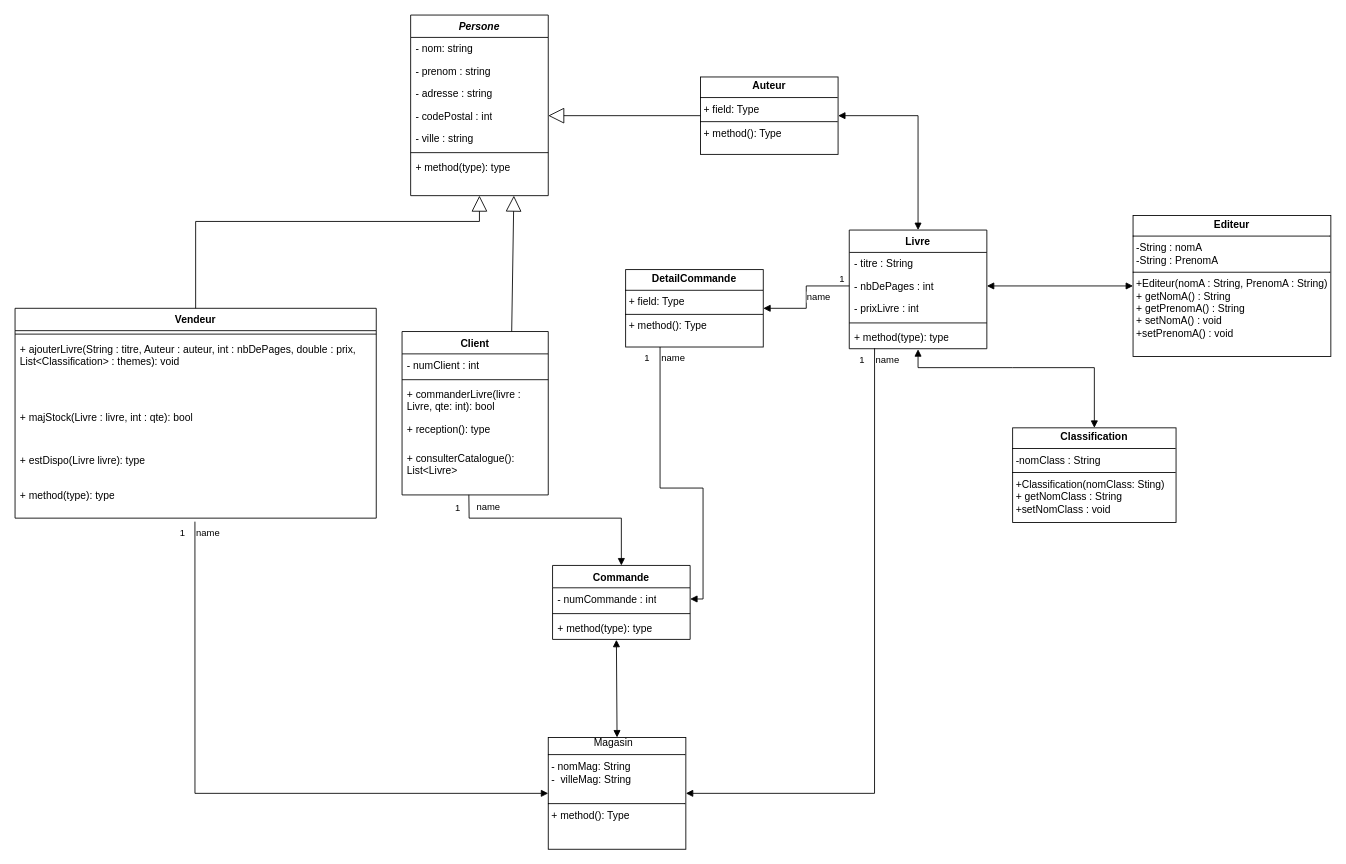
Before: diagrammedeclasse.drawio in NolhanDolou/SAE_JAVA, a draw.io diagram. Source tidied: cells renumbered, new cells numbered last; positions are measured from the earlier drawing's top-left corner, leaving out a move shared by most shapes. Both pictures are drawn from the tidied source at 86%, with x=0, y=0 at pixel (15, 15).
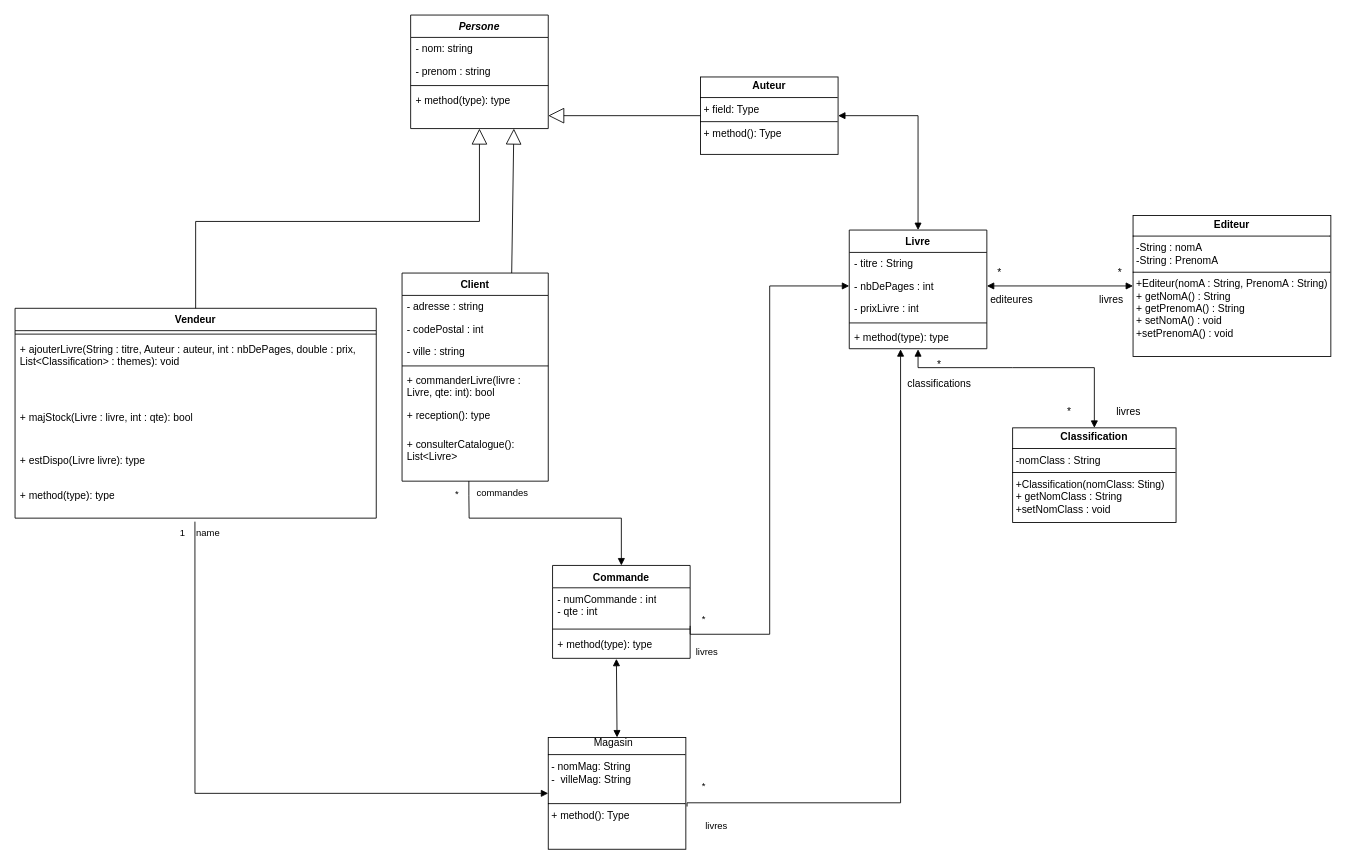
After the change.

Commit message:
cadianalité et ajustement des class

The change refers to these unchanged cells:
```xml
<mxCell id="24" value="- nbDePages : int" style="text;strokeColor=none;fillColor=none;align=left;verticalAlign=top;spacingLeft=4;spacingRight=4;overflow=hidden;points=[[0,0.5],[1,0.5]];portConstraint=eastwest;whiteSpace=wrap;html=1;" parent="22" vertex="1">
  <mxGeometry y="52" width="160" height="26" as="geometry" />
</mxCell>
<mxCell id="27" value="+ method(type): type" style="text;strokeColor=none;fillColor=none;align=left;verticalAlign=top;spacingLeft=4;spacingRight=4;overflow=hidden;points=[[0,0.5],[1,0.5]];portConstraint=eastwest;whiteSpace=wrap;html=1;" parent="22" vertex="1">
  <mxGeometry y="112" width="160" height="26" as="geometry" />
</mxCell>
<mxCell id="34" value="&lt;div&gt;&lt;span style=&quot;white-space: pre;&quot;&gt;&#9;&lt;/span&gt;&lt;span style=&quot;white-space: pre;&quot;&gt;&#9;&lt;/span&gt;Magasin&lt;/div&gt;&lt;hr size=&quot;1&quot; style=&quot;border-style:solid;&quot;&gt;&lt;p style=&quot;margin:0px;margin-left:4px;&quot;&gt;- nomMag: String&lt;/p&gt;&lt;p style=&quot;margin:0px;margin-left:4px;&quot;&gt;-&amp;nbsp; villeMag: String&lt;/p&gt;&lt;p style=&quot;margin:0px;margin-left:4px;&quot;&gt;&lt;br&gt;&lt;/p&gt;&lt;hr size=&quot;1&quot; style=&quot;border-style:solid;&quot;&gt;&lt;p style=&quot;margin:0px;margin-left:4px;&quot;&gt;+ method(): Type&lt;/p&gt;" style="verticalAlign=top;align=left;overflow=fill;html=1;whiteSpace=wrap;" parent="1" vertex="1">
  <mxGeometry x="620" y="840" width="160" height="130" as="geometry" />
</mxCell>
<mxCell id="35" value="&lt;p style=&quot;margin:0px;margin-top:4px;text-align:center;&quot;&gt;&lt;b&gt;Auteur&lt;/b&gt;&lt;/p&gt;&lt;hr size=&quot;1&quot; style=&quot;border-style:solid;&quot;&gt;&lt;p style=&quot;margin:0px;margin-left:4px;&quot;&gt;+ field: Type&lt;/p&gt;&lt;hr size=&quot;1&quot; style=&quot;border-style:solid;&quot;&gt;&lt;p style=&quot;margin:0px;margin-left:4px;&quot;&gt;+ method(): Type&lt;/p&gt;" style="verticalAlign=top;align=left;overflow=fill;html=1;whiteSpace=wrap;" parent="1" vertex="1">
  <mxGeometry x="797" y="72" width="160" height="90" as="geometry" />
</mxCell>
```

What changed in the source:
```diff
@@
     <mxCell id="2" value="&lt;i&gt;Persone&lt;/i&gt;" style="swimlane;fontStyle=1;align=center;verticalAlign=top;horizontal=1;startSize=26;whiteSpace=wrap;html=1;" parent="1" vertex="1">
-      <mxGeometry x="460" width="160" height="210" as="geometry" />
+      <mxGeometry x="460" width="160" height="132" as="geometry" />
     </mxCell>
@@
+    <mxCell id="8" style="line;strokeWidth=1;fillColor=none;align=left;verticalAlign=middle;spacingTop=-1;spacingLeft=3;spacingRight=3;labelPosition=right;strokeColor=inherit;" parent="2" vertex="1">
+      <mxGeometry y="78" width="160" height="8" as="geometry" />
+    </mxCell>
+    <mxCell id="9" value="+ method(type): type" style="text;strokeColor=none;fillColor=none;align=left;verticalAlign=top;spacingLeft=4;spacingRight=4;overflow=hidden;points=[[0,0.5],[1,0.5]];portConstraint=eastwest;whiteSpace=wrap;html=1;" parent="2" vertex="1">
+      <mxGeometry y="86" width="160" height="46" as="geometry" />
+    </mxCell>
+    <mxCell id="10" value="Client" style="swimlane;fontStyle=1;align=center;verticalAlign=top;horizontal=1;startSize=26;whiteSpace=wrap;html=1;" parent="1" vertex="1">
+      <mxGeometry x="450" y="300" width="170" height="242" as="geometry" />
+    </mxCell>
-    <mxCell id="5" value="- adresse : string" style="text;strokeColor=none;fillColor=none;align=left;verticalAlign=top;spacingLeft=4;spacingRight=4;overflow=hidden;whiteSpace=wrap;html=1;" parent="2" vertex="1">
-      <mxGeometry y="78" width="160" height="26" as="geometry" />
+    <mxCell id="5" value="- adresse : string" style="text;strokeColor=none;fillColor=none;align=left;verticalAlign=top;spacingLeft=4;spacingRight=4;overflow=hidden;whiteSpace=wrap;html=1;" parent="10" vertex="1">
+      <mxGeometry y="26" width="170" height="26" as="geometry" />
     </mxCell>
-    <mxCell id="6" value="- codePostal : int" style="text;strokeColor=none;fillColor=none;align=left;verticalAlign=top;spacingLeft=4;spacingRight=4;overflow=hidden;points=[[0,0.5],[1,0.5]];portConstraint=eastwest;whiteSpace=wrap;html=1;" parent="2" vertex="1">
-      <mxGeometry y="104" width="160" height="26" as="geometry" />
+    <mxCell id="6" value="- codePostal : int" style="text;strokeColor=none;fillColor=none;align=left;verticalAlign=top;spacingLeft=4;spacingRight=4;overflow=hidden;points=[[0,0.5],[1,0.5]];portConstraint=eastwest;whiteSpace=wrap;html=1;" parent="10" vertex="1">
+      <mxGeometry y="52" width="170" height="26" as="geometry" />
     </mxCell>
-    <mxCell id="7" value="- ville : string" style="text;strokeColor=none;fillColor=none;align=left;verticalAlign=top;spacingLeft=4;spacingRight=4;overflow=hidden;whiteSpace=wrap;html=1;" parent="2" vertex="1">
-      <mxGeometry y="130" width="160" height="26" as="geometry" />
+    <mxCell id="7" value="- ville : string" style="text;strokeColor=none;fillColor=none;align=left;verticalAlign=top;spacingLeft=4;spacingRight=4;overflow=hidden;whiteSpace=wrap;html=1;" parent="10" vertex="1">
+      <mxGeometry y="78" width="170" height="26" as="geometry" />
     </mxCell>
-    <mxCell id="8" style="line;strokeWidth=1;fillColor=none;align=left;verticalAlign=middle;spacingTop=-1;spacingLeft=3;spacingRight=3;labelPosition=right;strokeColor=inherit;" parent="2" vertex="1">
-      <mxGeometry y="156" width="160" height="8" as="geometry" />
-    </mxCell>
-    <mxCell id="9" value="+ method(type): type" style="text;strokeColor=none;fillColor=none;align=left;verticalAlign=top;spacingLeft=4;spacingRight=4;overflow=hidden;points=[[0,0.5],[1,0.5]];portConstraint=eastwest;whiteSpace=wrap;html=1;" parent="2" vertex="1">
-      <mxGeometry y="164" width="160" height="46" as="geometry" />
-    </mxCell>
-    <mxCell id="10" value="Client" style="swimlane;fontStyle=1;align=center;verticalAlign=top;horizontal=1;startSize=26;whiteSpace=wrap;html=1;" parent="1" vertex="1">
-      <mxGeometry x="450" y="368" width="170" height="190" as="geometry" />
-    </mxCell>
-    <mxCell id="11" value="- numClient : int" style="text;strokeColor=none;fillColor=none;align=left;verticalAlign=top;spacingLeft=4;spacingRight=4;overflow=hidden;whiteSpace=wrap;html=1;" parent="10" vertex="1">
-      <mxGeometry y="26" width="170" height="26" as="geometry" />
-    </mxCell>
     <mxCell id="12" style="line;strokeWidth=1;fillColor=none;align=left;verticalAlign=middle;spacingTop=-1;spacingLeft=3;spacingRight=3;labelPosition=right;strokeColor=inherit;" parent="10" vertex="1">
-      <mxGeometry y="52" width="170" height="8" as="geometry" />
+      <mxGeometry y="104" width="170" height="8" as="geometry" />
     </mxCell>
     <mxCell id="13" value="&lt;span style=&quot;color: rgb(0, 0, 0); font-family: Helvetica; font-size: 12px; font-style: normal; font-variant-ligatures: normal; font-variant-caps: normal; letter-spacing: normal; orphans: 2; text-align: left; text-indent: 0px; text-transform: none; widows: 2; word-spacing: 0px; -webkit-text-stroke-width: 0px; white-space: normal; text-decoration-thickness: initial; text-decoration-style: initial; text-decoration-color: initial; float: none; background-color: rgb(255, 255, 255); display: inline !important;&quot;&gt;+ commanderLivre(livre : Livre, qte: int): bool&lt;/span&gt;" style="text;strokeColor=none;fillColor=none;align=left;verticalAlign=top;spacingLeft=4;spacingRight=4;overflow=hidden;whiteSpace=wrap;html=1;" parent="10" vertex="1">
-      <mxGeometry y="60" width="170" height="40" as="geometry" />
+      <mxGeometry y="112" width="170" height="40" as="geometry" />
     </mxCell>
     <mxCell id="14" value="+ reception(): type" style="text;strokeColor=none;fillColor=none;align=left;verticalAlign=top;spacingLeft=4;spacingRight=4;overflow=hidden;whiteSpace=wrap;html=1;" parent="10" vertex="1">
-      <mxGeometry y="100" width="170" height="34" as="geometry" />
+      <mxGeometry y="152" width="170" height="34" as="geometry" />
     </mxCell>
     <mxCell id="15" value="+ consulterCatalogue(): List&amp;lt;Livre&amp;gt;" style="text;strokeColor=none;fillColor=none;align=left;verticalAlign=top;spacingLeft=4;spacingRight=4;overflow=hidden;points=[[0,0.5],[1,0.5]];portConstraint=eastwest;whiteSpace=wrap;html=1;" parent="10" vertex="1">
-      <mxGeometry y="134" width="170" height="56" as="geometry" />
+      <mxGeometry y="186" width="170" height="56" as="geometry" />
     </mxCell>
@@
     <mxCell id="28" value="Commande" style="swimlane;fontStyle=1;align=center;verticalAlign=top;horizontal=1;startSize=26;whiteSpace=wrap;html=1;" parent="1" vertex="1">
-      <mxGeometry x="625" y="640" width="160" height="86" as="geometry" />
+      <mxGeometry x="625" y="640" width="160" height="108" as="geometry" />
     </mxCell>
-    <mxCell id="29" value="- numCommande : int" style="text;strokeColor=none;fillColor=none;align=left;verticalAlign=top;spacingLeft=4;spacingRight=4;overflow=hidden;points=[[0,0.5],[1,0.5]];portConstraint=eastwest;whiteSpace=wrap;html=1;" parent="28" vertex="1">
-      <mxGeometry y="26" width="160" height="26" as="geometry" />
+    <mxCell id="29" value="&lt;div&gt;- numCommande : int&lt;/div&gt;&lt;div&gt;- qte : int&lt;/div&gt;" style="text;strokeColor=none;fillColor=none;align=left;verticalAlign=top;spacingLeft=4;spacingRight=4;overflow=hidden;points=[[0,0.5],[1,0.5]];portConstraint=eastwest;whiteSpace=wrap;html=1;" parent="28" vertex="1">
+      <mxGeometry y="26" width="160" height="44" as="geometry" />
     </mxCell>
     <mxCell id="30" style="line;strokeWidth=1;fillColor=none;align=left;verticalAlign=middle;spacingTop=-1;spacingLeft=3;spacingRight=3;labelPosition=right;strokeColor=inherit;" parent="28" vertex="1">
-      <mxGeometry y="52" width="160" height="8" as="geometry" />
+      <mxGeometry y="70" width="160" height="8" as="geometry" />
     </mxCell>
     <mxCell id="31" value="+ method(type): type" style="text;strokeColor=none;fillColor=none;align=left;verticalAlign=top;spacingLeft=4;spacingRight=4;overflow=hidden;points=[[0,0.5],[1,0.5]];portConstraint=eastwest;whiteSpace=wrap;html=1;" parent="28" vertex="1">
-      <mxGeometry y="60" width="160" height="26" as="geometry" />
+      <mxGeometry y="78" width="160" height="30" as="geometry" />
     </mxCell>
-    <mxCell id="32" value="name" style="endArrow=block;endFill=1;html=1;edgeStyle=orthogonalEdgeStyle;align=left;verticalAlign=top;rounded=0;entryX=0.5;entryY=0;entryDx=0;entryDy=0;exitX=0.457;exitY=0.998;exitDx=0;exitDy=0;exitPerimeter=0;" parent="1" edge="1" source="15" target="28">
+    <mxCell id="32" value="commandes" style="endArrow=block;endFill=1;html=1;edgeStyle=orthogonalEdgeStyle;align=left;verticalAlign=top;rounded=0;entryX=0.5;entryY=0;entryDx=0;entryDy=0;exitX=0.457;exitY=0.998;exitDx=0;exitDy=0;exitPerimeter=0;" parent="1" edge="1" source="15" target="28">
       <mxGeometry x="-0.99" y="7" relative="1" as="geometry">
         <Array as="points">
           <mxPoint x="528" y="559" />
           <mxPoint x="528" y="559" />
           <mxPoint x="528" y="585" />
           <mxPoint x="705" y="585" />
         </Array>
       </mxGeometry>
     </mxCell>
-    <mxCell id="33" value="1" style="edgeLabel;html=1;align=left;verticalAlign=bottom;" parent="32" vertex="1">
+    <mxCell id="33" value="*" style="edgeLabel;html=1;align=left;verticalAlign=bottom;" parent="32" vertex="1">
       <mxGeometry x="-1" relative="1" as="geometry">
         <mxPoint x="-18" y="23" as="offset" />
       </mxGeometry>
     </mxCell>
@@
-    <mxCell id="41" value="&lt;p style=&quot;margin:0px;margin-top:4px;text-align:center;&quot;&gt;&lt;b&gt;DetailCommande&lt;/b&gt;&lt;/p&gt;&lt;hr size=&quot;1&quot; style=&quot;border-style:solid;&quot;&gt;&lt;p style=&quot;margin:0px;margin-left:4px;&quot;&gt;+ field: Type&lt;/p&gt;&lt;hr size=&quot;1&quot; style=&quot;border-style:solid;&quot;&gt;&lt;p style=&quot;margin:0px;margin-left:4px;&quot;&gt;+ method(): Type&lt;/p&gt;" style="verticalAlign=top;align=left;overflow=fill;html=1;whiteSpace=wrap;" parent="1" vertex="1">
-      <mxGeometry x="710" y="296" width="160" height="90" as="geometry" />
-    </mxCell>
-    <mxCell id="42" value="name" style="endArrow=block;endFill=1;html=1;edgeStyle=orthogonalEdgeStyle;align=left;verticalAlign=top;rounded=0;exitX=0.25;exitY=1;exitDx=0;exitDy=0;entryX=1;entryY=0.5;entryDx=0;entryDy=0;" parent="1" edge="1" source="41" target="29">
-      <mxGeometry x="-1" relative="1" as="geometry">
-        <Array as="points">
-          <mxPoint x="750" y="550" />
-          <mxPoint x="800" y="550" />
-          <mxPoint x="800" y="679" />
-        </Array>
-      </mxGeometry>
-    </mxCell>
-    <mxCell id="43" value="1" style="edgeLabel;html=1;align=left;verticalAlign=bottom;" parent="42" vertex="1">
-      <mxGeometry x="-1" relative="1" as="geometry">
-        <mxPoint x="-20" y="21" as="offset" />
-      </mxGeometry>
-    </mxCell>
-    <mxCell id="44" value="name" style="endArrow=block;endFill=1;html=1;edgeStyle=orthogonalEdgeStyle;align=left;verticalAlign=top;rounded=0;exitX=0;exitY=0.5;exitDx=0;exitDy=0;entryX=1;entryY=0.5;entryDx=0;entryDy=0;" parent="1" edge="1" source="24" target="41">
-      <mxGeometry x="-0.2" y="-1" relative="1" as="geometry" />
-    </mxCell>
-    <mxCell id="45" value="1" style="edgeLabel;html=1;align=left;verticalAlign=bottom;" parent="44" vertex="1">
-      <mxGeometry x="-1" relative="1" as="geometry">
-        <mxPoint x="-13" as="offset" />
-      </mxGeometry>
-    </mxCell>
@@
-    <mxCell id="48" style="endArrow=block;endSize=16;endFill=0;html=1;rounded=0;exitX=0;exitY=0.5;exitDx=0;exitDy=0;entryX=1;entryY=0.5;entryDx=0;entryDy=0;" parent="1" edge="1" source="35" target="6">
-      <mxGeometry relative="1" as="geometry" />
+    <mxCell id="48" style="endArrow=block;endSize=16;endFill=0;html=1;rounded=0;exitX=0;exitY=0.5;exitDx=0;exitDy=0;entryX=1;entryY=0.5;entryDx=0;entryDy=0;" parent="1" edge="1" source="35">
+      <mxGeometry relative="1" as="geometry">
+        <mxPoint x="620" y="117" as="targetPoint" />
+      </mxGeometry>
     </mxCell>
@@
-    <mxCell id="53" value="name" style="endArrow=block;endFill=1;html=1;edgeStyle=orthogonalEdgeStyle;align=left;verticalAlign=top;rounded=0;exitX=0.184;exitY=0.983;exitDx=0;exitDy=0;exitPerimeter=0;entryX=1;entryY=0.5;entryDx=0;entryDy=0;" parent="1" edge="1" source="27" target="34">
-      <mxGeometry x="-1" relative="1" as="geometry">
-        <Array as="points">
-          <mxPoint x="999" y="905" />
-        </Array>
-      </mxGeometry>
-    </mxCell>
-    <mxCell id="54" value="1" style="edgeLabel;html=1;align=left;verticalAlign=bottom;" parent="53" vertex="1">
-      <mxGeometry x="-1" relative="1" as="geometry">
-        <mxPoint x="-19" y="21" as="offset" />
-      </mxGeometry>
-    </mxCell>
+    <mxCell id="55" value="livres" style="endArrow=block;endFill=1;html=1;edgeStyle=orthogonalEdgeStyle;align=left;verticalAlign=top;rounded=0;exitX=1;exitY=1.005;exitDx=0;exitDy=0;exitPerimeter=0;entryX=0;entryY=0.5;entryDx=0;entryDy=0;" parent="1" edge="1" source="29" target="24">
+      <mxGeometry x="-0.95" y="-8" relative="1" as="geometry" />
+    </mxCell>
+    <mxCell id="56" value="*" style="edgeLabel;html=1;align=left;verticalAlign=bottom;" parent="55" vertex="1">
+      <mxGeometry x="-1" relative="1" as="geometry">
+        <mxPoint x="12" as="offset" />
+      </mxGeometry>
+    </mxCell>
+    <mxCell id="57" value="livres" style="endArrow=block;endFill=1;html=1;edgeStyle=orthogonalEdgeStyle;align=left;verticalAlign=top;rounded=0;entryX=0.373;entryY=1.023;entryDx=0;entryDy=0;entryPerimeter=0;exitX=1.009;exitY=0.618;exitDx=0;exitDy=0;exitPerimeter=0;" parent="1" edge="1" source="34" target="27">
+      <mxGeometry x="-0.94" y="-14" relative="1" as="geometry">
+        <Array as="points">
+          <mxPoint x="781" y="916" />
+          <mxPoint x="1030" y="916" />
+        </Array>
+        <mxPoint x="1" as="offset" />
+      </mxGeometry>
+    </mxCell>
+    <mxCell id="58" value="&lt;div&gt;*&lt;/div&gt;" style="edgeLabel;html=1;align=left;verticalAlign=bottom;" parent="57" vertex="1">
+      <mxGeometry x="-1" relative="1" as="geometry">
+        <mxPoint x="16" y="-15" as="offset" />
+      </mxGeometry>
+    </mxCell>
+    <mxCell id="59" value="*" style="text;html=1;align=center;verticalAlign=middle;whiteSpace=wrap;rounded=0;" parent="1" vertex="1">
+      <mxGeometry x="1130" y="290" width="30" height="20" as="geometry" />
+    </mxCell>
+    <mxCell id="60" value="*" style="text;html=1;align=center;verticalAlign=middle;whiteSpace=wrap;rounded=0;" parent="1" vertex="1">
+      <mxGeometry x="1270" y="290" width="30" height="20" as="geometry" />
+    </mxCell>
+    <mxCell id="61" value="editeures" style="text;html=1;align=center;verticalAlign=middle;whiteSpace=wrap;rounded=0;" parent="1" vertex="1">
+      <mxGeometry x="1144" y="321" width="30" height="20" as="geometry" />
+    </mxCell>
+    <mxCell id="62" value="livres" style="text;html=1;align=center;verticalAlign=middle;whiteSpace=wrap;rounded=0;" parent="1" vertex="1">
+      <mxGeometry x="1260" y="321" width="30" height="20" as="geometry" />
+    </mxCell>
+    <mxCell id="63" value="*" style="text;html=1;align=center;verticalAlign=middle;whiteSpace=wrap;rounded=0;" parent="1" vertex="1">
+      <mxGeometry x="1060" y="397" width="30" height="20" as="geometry" />
+    </mxCell>
+    <mxCell id="64" value="classifications" style="text;html=1;align=center;verticalAlign=middle;whiteSpace=wrap;rounded=0;" parent="1" vertex="1">
+      <mxGeometry x="1060" y="410" width="30" height="38" as="geometry" />
+    </mxCell>
+    <mxCell id="65" value="*" style="text;html=1;align=center;verticalAlign=middle;whiteSpace=wrap;rounded=0;" parent="1" vertex="1">
+      <mxGeometry x="1211" y="455.5" width="30" height="13" as="geometry" />
+    </mxCell>
+    <mxCell id="66" value="livres" style="text;html=1;align=center;verticalAlign=middle;whiteSpace=wrap;rounded=0;" parent="1" vertex="1">
+      <mxGeometry x="1280" y="443" width="30" height="38" as="geometry" />
+    </mxCell>
```
